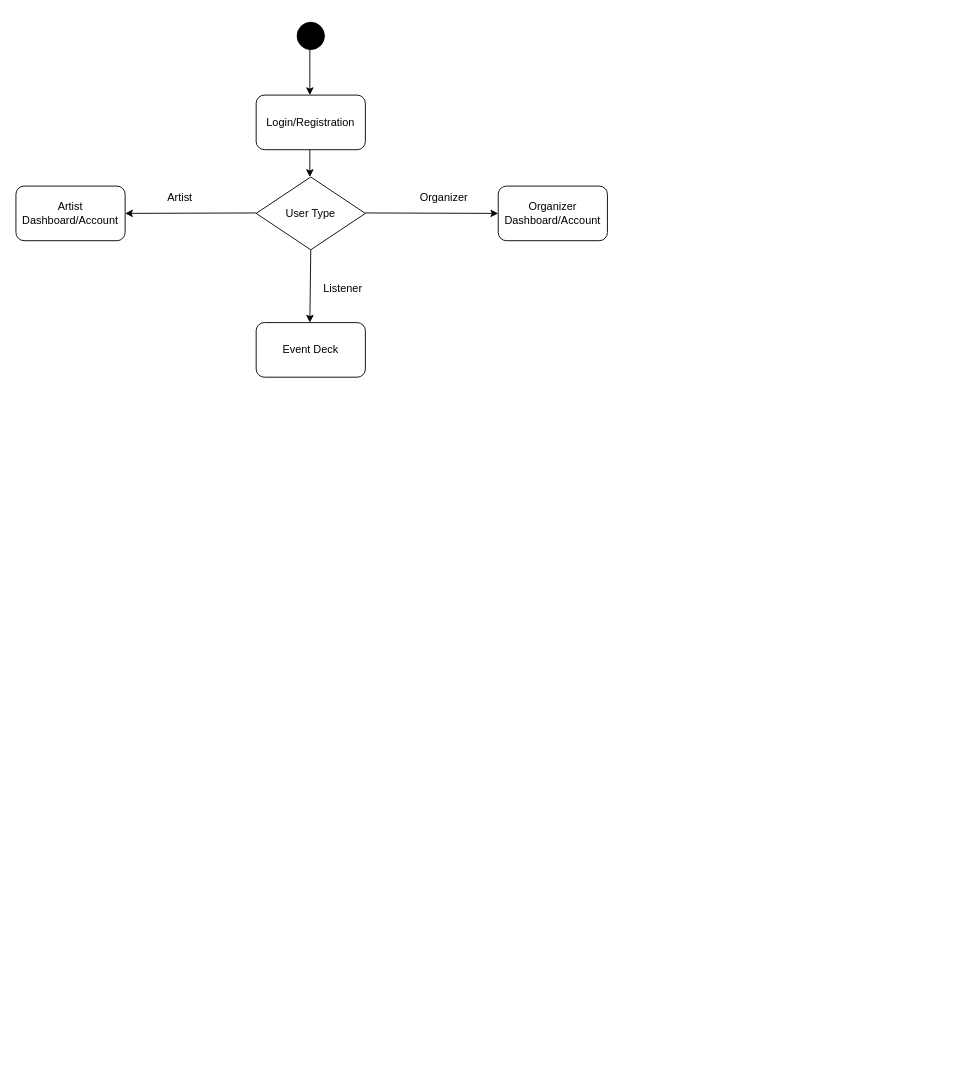
Before: underground_UML_diagram.drawio in nafeezurc/underground, a draw.io diagram. Source tidied: cells renumbered, new cells numbered last; positions are measured from the earlier drawing's top-left corner, leaving out a move shared by most shapes. Both pictures are drawn from the tidied source at 91%, with x=0, y=0 at pixel (15, 22).
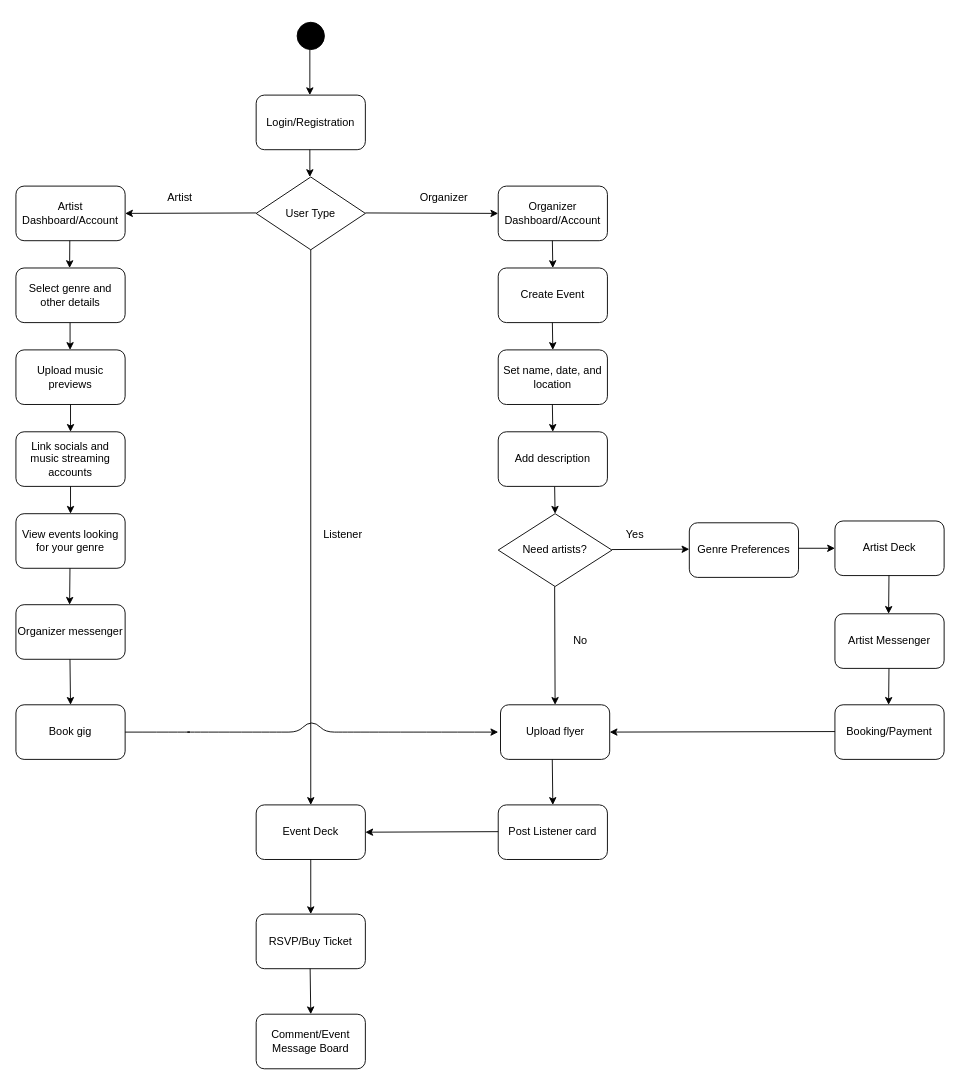
The same page after the edit.

The edit, as a diff of the source:
```diff
@@
-    <mxCell id="11" style="endArrow=classic;html=1;rounded=0;" parent="1" edge="1">
+    <mxCell id="11" style="endArrow=classic;html=1;rounded=0;entryX=0.5;entryY=0;entryDx=0;entryDy=0;" parent="1" edge="1" target="14">
       <mxGeometry relative="1" as="geometry">
         <mxPoint x="324" y="250" as="sourcePoint" />
-        <mxPoint x="323" y="330" as="targetPoint" />
       </mxGeometry>
     </mxCell>
     <mxCell id="12" value="Listener" style="text;html=1;align=center;verticalAlign=middle;strokeColor=none;fillColor=none;" parent="1" vertex="1">
-      <mxGeometry x="324" y="278" width="70" height="30" as="geometry" />
+      <mxGeometry x="324" y="548" width="70" height="30" as="geometry" />
     </mxCell>
@@
     <mxCell id="14" value="Event Deck" style="rounded=1;whiteSpace=wrap;html=1;" parent="1" vertex="1">
-      <mxGeometry x="264" y="330" width="120" height="60" as="geometry" />
+      <mxGeometry x="264" y="860" width="120" height="60" as="geometry" />
     </mxCell>
@@
+    <mxCell id="16" style="endArrow=classic;html=1;rounded=0;exitX=0.675;exitY=1.05;exitDx=0;exitDy=0;exitPerimeter=0;" parent="1" edge="1">
+      <mxGeometry relative="1" as="geometry">
+        <mxPoint x="589.5" y="240" as="sourcePoint" />
+        <mxPoint x="590" y="270" as="targetPoint" />
+      </mxGeometry>
+    </mxCell>
+    <mxCell id="17" value="Create Event" style="rounded=1;whiteSpace=wrap;html=1;" parent="1" vertex="1">
+      <mxGeometry x="530" y="270" width="120" height="60" as="geometry" />
+    </mxCell>
+    <mxCell id="18" style="endArrow=classic;html=1;rounded=0;" parent="1" edge="1">
+      <mxGeometry relative="1" as="geometry">
+        <mxPoint x="589.5" y="330" as="sourcePoint" />
+        <mxPoint x="590" y="360" as="targetPoint" />
+      </mxGeometry>
+    </mxCell>
+    <mxCell id="19" value="Set name, date, and location" style="rounded=1;whiteSpace=wrap;html=1;" parent="1" vertex="1">
+      <mxGeometry x="530" y="360" width="120" height="60" as="geometry" />
+    </mxCell>
+    <mxCell id="20" style="endArrow=classic;html=1;rounded=0;" parent="1" edge="1">
+      <mxGeometry relative="1" as="geometry">
+        <mxPoint x="589.5" y="420" as="sourcePoint" />
+        <mxPoint x="590" y="450" as="targetPoint" />
+      </mxGeometry>
+    </mxCell>
+    <mxCell id="21" value="Need artists?" style="rhombus;whiteSpace=wrap;html=1;" parent="1" vertex="1">
+      <mxGeometry x="530" y="540" width="125" height="80" as="geometry" />
+    </mxCell>
+    <mxCell id="22" style="endArrow=classic;html=1;rounded=0;entryX=0.5;entryY=0;entryDx=0;entryDy=0;" parent="1" edge="1" target="24">
+      <mxGeometry relative="1" as="geometry">
+        <mxPoint x="592" y="620" as="sourcePoint" />
+      </mxGeometry>
+    </mxCell>
+    <mxCell id="23" value="No" style="text;html=1;align=center;verticalAlign=middle;strokeColor=none;fillColor=none;" parent="1" vertex="1">
+      <mxGeometry x="600" y="665" width="40" height="30" as="geometry" />
+    </mxCell>
+    <mxCell id="24" value="Upload flyer" style="rounded=1;whiteSpace=wrap;html=1;" parent="1" vertex="1">
+      <mxGeometry x="532.5" y="750" width="120" height="60" as="geometry" />
+    </mxCell>
+    <mxCell id="25" style="endArrow=classic;html=1;rounded=0;" parent="1" edge="1">
+      <mxGeometry relative="1" as="geometry">
+        <mxPoint x="592" y="510" as="sourcePoint" />
+        <mxPoint x="592.5" y="540" as="targetPoint" />
+      </mxGeometry>
+    </mxCell>
+    <mxCell id="26" value="Add description" style="rounded=1;whiteSpace=wrap;html=1;" parent="1" vertex="1">
+      <mxGeometry x="530" y="450" width="120" height="60" as="geometry" />
+    </mxCell>
+    <mxCell id="27" style="endArrow=classic;html=1;rounded=0;" parent="1" edge="1">
+      <mxGeometry relative="1" as="geometry">
+        <mxPoint x="655" y="579.4" as="sourcePoint" />
+        <mxPoint x="740" y="579" as="targetPoint" />
+      </mxGeometry>
+    </mxCell>
+    <mxCell id="28" value="Yes" style="text;html=1;align=center;verticalAlign=middle;strokeColor=none;fillColor=none;" parent="1" vertex="1">
+      <mxGeometry x="660" y="548" width="40" height="30" as="geometry" />
+    </mxCell>
+    <mxCell id="29" value="Genre Preferences" style="rounded=1;whiteSpace=wrap;html=1;" parent="1" vertex="1">
+      <mxGeometry x="740" y="550" width="120" height="60" as="geometry" />
+    </mxCell>
+    <mxCell id="30" style="endArrow=classic;html=1;rounded=0;" parent="1" edge="1">
+      <mxGeometry relative="1" as="geometry">
+        <mxPoint x="860" y="578" as="sourcePoint" />
+        <mxPoint x="900" y="578" as="targetPoint" />
+      </mxGeometry>
+    </mxCell>
+    <mxCell id="31" value="Artist Deck" style="rounded=1;whiteSpace=wrap;html=1;" parent="1" vertex="1">
+      <mxGeometry x="900" y="548" width="120" height="60" as="geometry" />
+    </mxCell>
+    <mxCell id="32" style="endArrow=classic;html=1;rounded=0;" parent="1" edge="1">
+      <mxGeometry relative="1" as="geometry">
+        <mxPoint x="959.4" y="608" as="sourcePoint" />
+        <mxPoint x="959" y="650" as="targetPoint" />
+      </mxGeometry>
+    </mxCell>
+    <mxCell id="33" value="Artist Messenger" style="rounded=1;whiteSpace=wrap;html=1;" parent="1" vertex="1">
+      <mxGeometry x="900" y="650" width="120" height="60" as="geometry" />
+    </mxCell>
+    <mxCell id="34" style="endArrow=classic;html=1;rounded=0;" parent="1" edge="1">
+      <mxGeometry relative="1" as="geometry">
+        <mxPoint x="959.4" y="710" as="sourcePoint" />
+        <mxPoint x="959" y="750" as="targetPoint" />
+      </mxGeometry>
+    </mxCell>
+    <mxCell id="35" value="Booking/Payment" style="rounded=1;whiteSpace=wrap;html=1;" parent="1" vertex="1">
+      <mxGeometry x="900" y="750" width="120" height="60" as="geometry" />
+    </mxCell>
+    <mxCell id="36" style="endArrow=classic;html=1;rounded=0;entryX=1;entryY=0.5;entryDx=0;entryDy=0;" parent="1" edge="1" target="24">
+      <mxGeometry relative="1" as="geometry">
+        <mxPoint x="900" y="779.4" as="sourcePoint" />
+      </mxGeometry>
+    </mxCell>
+    <mxCell id="37" style="endArrow=classic;html=1;rounded=0;" parent="1" edge="1">
+      <mxGeometry relative="1" as="geometry">
+        <mxPoint x="589.4" y="810" as="sourcePoint" />
+        <mxPoint x="590" y="860" as="targetPoint" />
+      </mxGeometry>
+    </mxCell>
+    <mxCell id="38" value="Post Listener card" style="rounded=1;whiteSpace=wrap;html=1;" parent="1" vertex="1">
+      <mxGeometry x="530" y="860" width="120" height="60" as="geometry" />
+    </mxCell>
+    <mxCell id="39" style="endArrow=classic;html=1;rounded=0;entryX=1;entryY=0.5;entryDx=0;entryDy=0;" parent="1" edge="1" target="14">
+      <mxGeometry relative="1" as="geometry">
+        <mxPoint x="530" y="889.4" as="sourcePoint" />
+      </mxGeometry>
+    </mxCell>
+    <mxCell id="40" style="endArrow=classic;html=1;rounded=0;" parent="1" edge="1">
+      <mxGeometry relative="1" as="geometry">
+        <mxPoint x="324" y="920" as="sourcePoint" />
+        <mxPoint x="324" y="980" as="targetPoint" />
+      </mxGeometry>
+    </mxCell>
+    <mxCell id="41" value="RSVP/Buy Ticket" style="rounded=1;whiteSpace=wrap;html=1;" parent="1" vertex="1">
+      <mxGeometry x="264" y="980" width="120" height="60" as="geometry" />
+    </mxCell>
+    <mxCell id="42" style="endArrow=classic;html=1;rounded=0;" parent="1" edge="1">
+      <mxGeometry relative="1" as="geometry">
+        <mxPoint x="323.3" y="1040" as="sourcePoint" />
+        <mxPoint x="324" y="1090" as="targetPoint" />
+      </mxGeometry>
+    </mxCell>
+    <mxCell id="43" value="Comment/Event Message Board" style="rounded=1;whiteSpace=wrap;html=1;" parent="1" vertex="1">
+      <mxGeometry x="264" y="1090" width="120" height="60" as="geometry" />
+    </mxCell>
+    <mxCell id="44" style="endArrow=classic;html=1;rounded=0;" parent="1" edge="1">
+      <mxGeometry relative="1" as="geometry">
+        <mxPoint x="59.2" y="240" as="sourcePoint" />
+        <mxPoint x="59" y="270" as="targetPoint" />
+      </mxGeometry>
+    </mxCell>
+    <mxCell id="45" value="Link socials and music streaming accounts" style="rounded=1;whiteSpace=wrap;html=1;" parent="1" vertex="1">
+      <mxGeometry y="450" width="120" height="60" as="geometry" />
+    </mxCell>
+    <mxCell id="46" style="endArrow=classic;html=1;rounded=0;" parent="1" edge="1">
+      <mxGeometry relative="1" as="geometry">
+        <mxPoint x="59.5" y="330" as="sourcePoint" />
+        <mxPoint x="59.5" y="360" as="targetPoint" />
+      </mxGeometry>
+    </mxCell>
+    <mxCell id="47" value="Select genre and other details" style="rounded=1;whiteSpace=wrap;html=1;" parent="1" vertex="1">
+      <mxGeometry y="270" width="120" height="60" as="geometry" />
+    </mxCell>
+    <mxCell id="48" value="Upload music previews" style="rounded=1;whiteSpace=wrap;html=1;" parent="1" vertex="1">
+      <mxGeometry y="360" width="120" height="60" as="geometry" />
+    </mxCell>
+    <mxCell id="49" style="endArrow=classic;html=1;rounded=0;" parent="1" edge="1">
+      <mxGeometry relative="1" as="geometry">
+        <mxPoint x="60" y="420" as="sourcePoint" />
+        <mxPoint x="60" y="450" as="targetPoint" />
+      </mxGeometry>
+    </mxCell>
+    <mxCell id="50" style="endArrow=classic;html=1;rounded=0;" parent="1" edge="1">
+      <mxGeometry relative="1" as="geometry">
+        <mxPoint x="60" y="510" as="sourcePoint" />
+        <mxPoint x="60" y="540" as="targetPoint" />
+      </mxGeometry>
+    </mxCell>
+    <mxCell id="51" value="View events looking for your genre" style="rounded=1;whiteSpace=wrap;html=1;" parent="1" vertex="1">
+      <mxGeometry y="540" width="120" height="60" as="geometry" />
+    </mxCell>
+    <mxCell id="52" style="endArrow=classic;html=1;rounded=0;" parent="1" edge="1">
+      <mxGeometry relative="1" as="geometry">
+        <mxPoint x="59.4" y="600" as="sourcePoint" />
+        <mxPoint x="59" y="640" as="targetPoint" />
+      </mxGeometry>
+    </mxCell>
+    <mxCell id="53" value="Organizer messenger" style="rounded=1;whiteSpace=wrap;html=1;" parent="1" vertex="1">
+      <mxGeometry y="640" width="120" height="60" as="geometry" />
+    </mxCell>
+    <mxCell id="54" style="endArrow=classic;html=1;rounded=0;entryX=0.5;entryY=0;entryDx=0;entryDy=0;" parent="1" edge="1" target="55">
+      <mxGeometry relative="1" as="geometry">
+        <mxPoint x="59.4" y="700" as="sourcePoint" />
+      </mxGeometry>
+    </mxCell>
+    <mxCell id="55" value="Book gig" style="rounded=1;whiteSpace=wrap;html=1;" parent="1" vertex="1">
+      <mxGeometry y="750" width="120" height="60" as="geometry" />
+    </mxCell>
+    <mxCell id="56" style="curved=1;endArrow=classic;html=1;rounded=0;exitX=1;exitY=0.5;exitDx=0;exitDy=0;" parent="1" edge="1" source="55">
+      <mxGeometry relative="1" as="geometry">
+        <mxPoint x="530" y="780" as="targetPoint" />
+        <Array as="points">
+          <mxPoint x="200" y="780" />
+          <mxPoint x="180" y="780" />
+          <mxPoint x="290" y="780" />
+          <mxPoint x="310" y="780" />
+          <mxPoint x="320" y="770" />
+          <mxPoint x="330" y="770" />
+          <mxPoint x="340" y="780" />
+          <mxPoint x="360" y="780" />
+        </Array>
+      </mxGeometry>
+    </mxCell>
```
